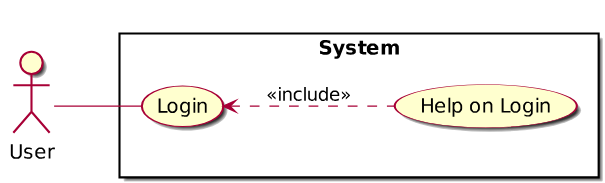
Earlier version of the PlantUML export images/computer_science/use_case_extension.svg (2DGD-F0TH/2DGD_F0TH). Its source is kept beside it as raw_resources/images/computer_science/use_case_extension.puml. Its diagram source:
```plantuml
@startuml

left to right direction

skinparam packageStyle rectangle

actor User

rectangle System{

    User -- (Login)

    (Login) <.. (Help on Login): <<include>>

}

@enduml
```
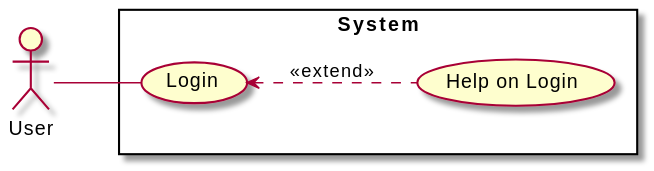
Above is the later version.

Commit message:
Fixed wrong 'includes' in use case extension

Change to the diagram source:
```diff
@@ -10,7 +10,7 @@
 
     User -- (Login)
 
-    (Login) <.. (Help on Login): <<include>>
+    (Login) <.. (Help on Login): <<extend>>
 
 }
 
```
